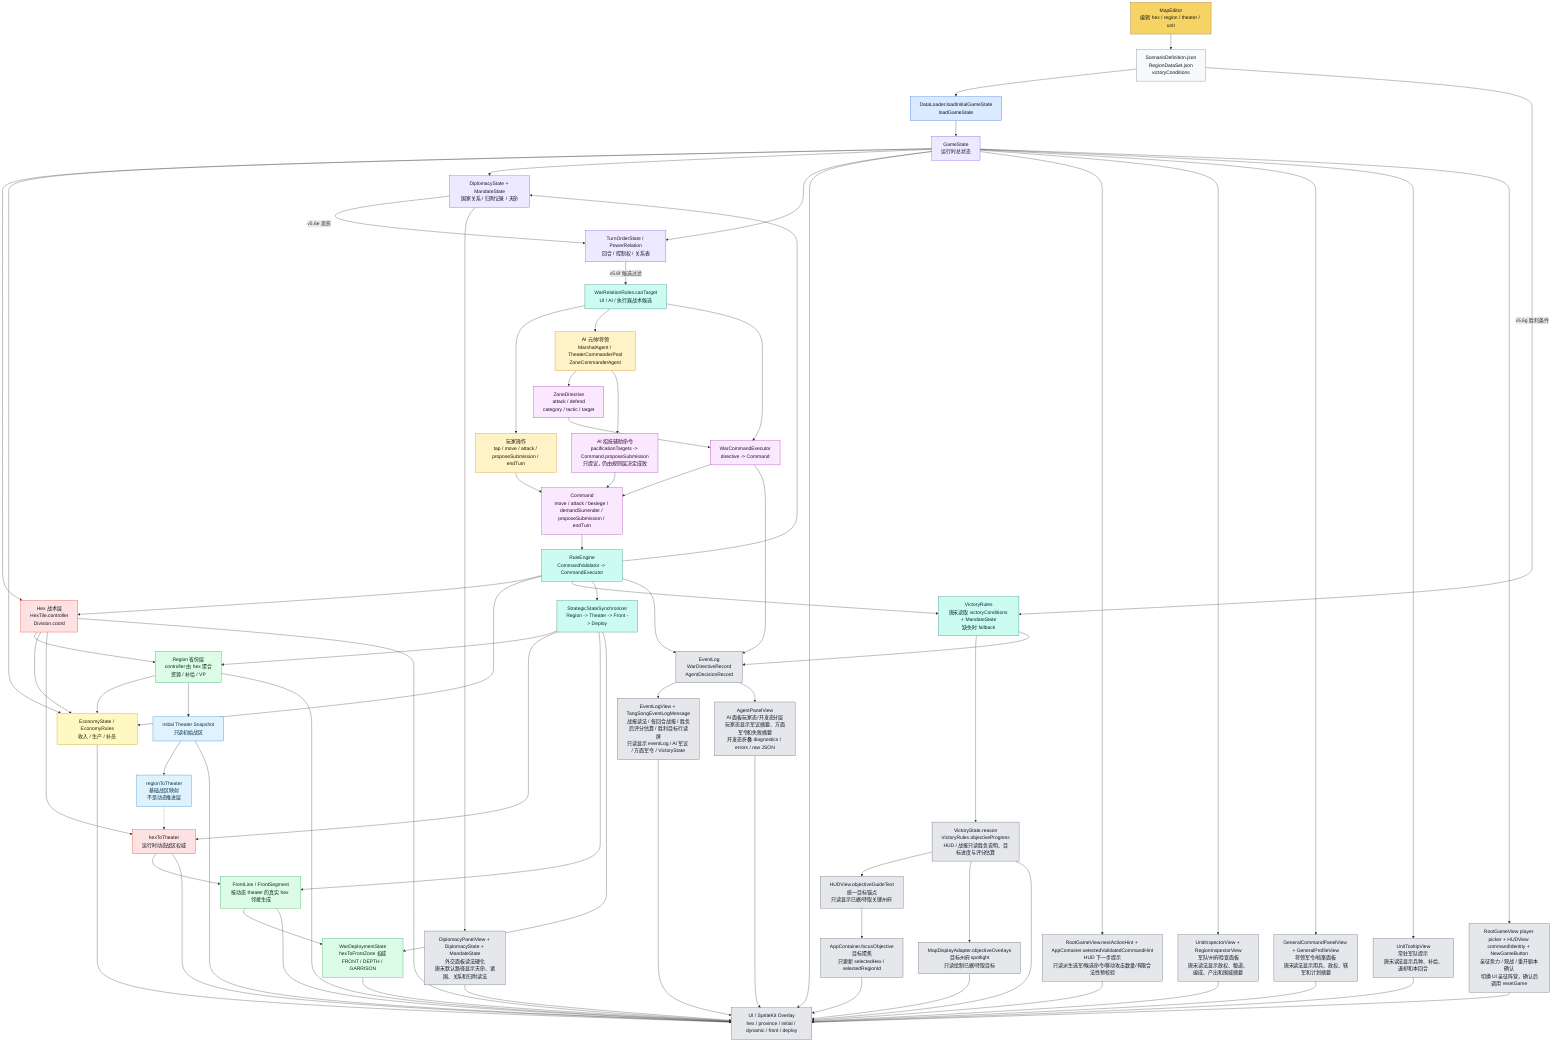
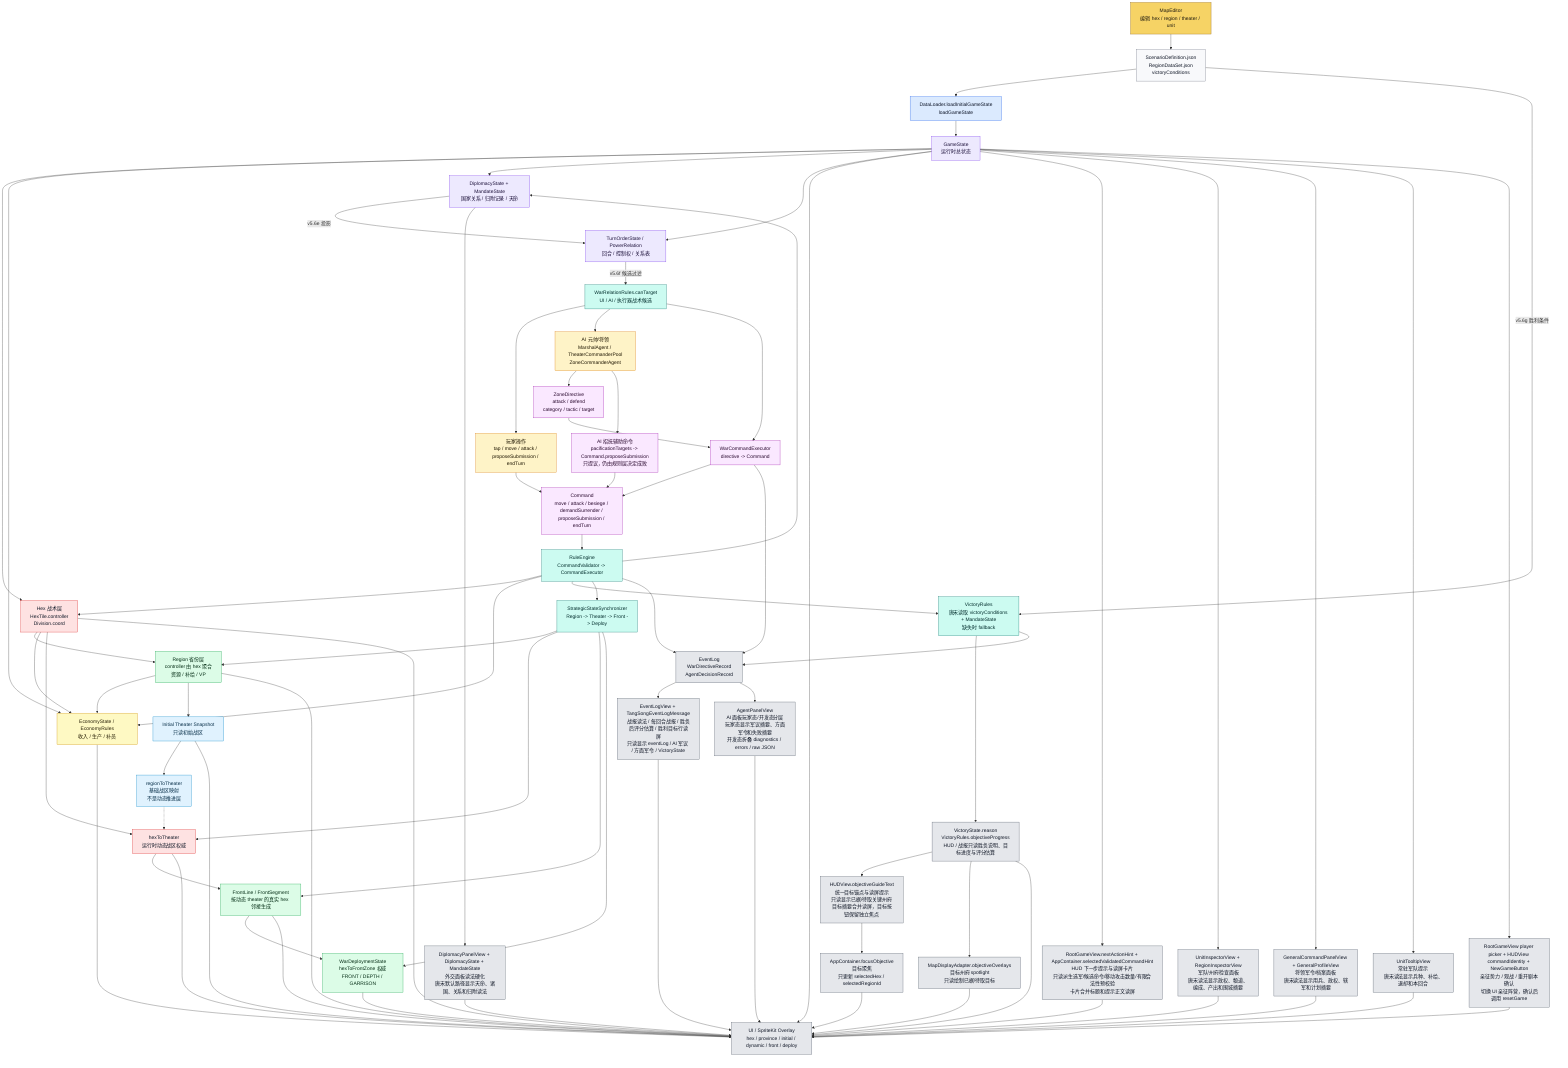
flowchart TD
    ME["MapEditor<br/>编辑 hex / region / theater / unit"]:::editor
    JSON["ScenarioDefinition.json<br/>RegionDataSet.json<br/>victoryConditions"]:::data
    DL["DataLoader.loadInitialGameState<br/>loadGameState"]:::loader
    GS["GameState<br/>运行时总状态"]:::state

    HEX["Hex 战术层<br/>HexTile.controller<br/>Division.coord"]:::authority
    REGION["Region 省份层<br/>controller 由 hex 聚合<br/>资源 / 补给 / VP"]:::derived
    INIT["Initial Theater Snapshot<br/>只读初始战区"]:::snapshot
    R2T["regionToTheater<br/>基础战区映射<br/>不是动态推进层"]:::snapshot
    H2T["hexToTheater<br/>运行时动态战区权威"]:::authority
    FRONT["FrontLine / FrontSegment<br/>按动态 theater 的真实 hex 邻接生成"]:::derived
    DEPLOY["WarDeploymentState<br/>hexToFrontZone 权威<br/>FRONT / DEPTH / GARRISON"]:::derived
    ECO["EconomyState / EconomyRules<br/>收入 / 生产 / 补员"]:::economy
    DIP["DiplomacyState + MandateState<br/>国家关系 / 归附记录 / 天命"]:::state
    TURN["TurnOrderState / PowerRelation<br/>回合 / 控制权 / 关系表"]:::state
    RELCAND["WarRelationRules.canTarget<br/>UI / AI / 执行器战术候选"]:::rules
    VICT["VictoryRules<br/>唐宋读取 victoryConditions + MandateState<br/>缺失时 fallback"]:::rules
    VICTEXT["VictoryState.reason<br/>VictoryRules.objectiveProgress<br/>HUD / 战报只读胜负说明、目标进度与评分估算"]:::ui
-     GOAL["HUDView.objectiveGuideText<br/>统一目标锚点<br/>只读显示已据/待取关键州府"]:::ui
+     GOAL["HUDView.objectiveGuideText<br/>统一目标锚点与读屏提示<br/>只读显示已据/待取关键州府<br/>目标摘要合并读屏，目标按钮保留独立焦点"]:::ui
    FOCUS["AppContainer.focusObjective<br/>目标聚焦<br/>只更新 selectedHex / selectedRegionId"]:::ui
    SPOTLIGHT["MapDisplayAdapter.objectiveOverlays<br/>目标州府 spotlight<br/>只读绘制已据/待取目标"]:::ui
    TURNREPORT["EventLogView + TangSongEventLogMessage<br/>战报读法 / 每回合战报 / 胜负后评分估算 / 胜利目标行读屏<br/>只读显示 eventLog / AI 军议 / 方面军令 / VictoryState"]:::ui
    SESSIONHUD["RootGameView player picker + HUDView commandIdentity + NewGameButton<br/>亲征势力 / 观战 / 重开剧本确认<br/>切换 UI 亲征阵营，确认后调用 resetGame"]:::ui
-     HINT["RootGameView.nextActionHint + AppContainer.selectedValidatedCommandHint<br/>HUD 下一步提示<br/>只读派生选军/候选命令/移动攻击数量/有限合法性预校验"]:::ui
+     HINT["RootGameView.nextActionHint + AppContainer.selectedValidatedCommandHint<br/>HUD 下一步提示与读屏卡片<br/>只读派生选军/候选命令/移动攻击数量/有限合法性预校验<br/>卡片合并标题和提示正文读屏"]:::ui
    INSPECT["UnitInspectorView + RegionInspectorView<br/>军队/州府检查面板<br/>唐宋读法显示政权、粮道、编成、产出和围城摘要"]:::ui
    GENPANELS["GeneralCommandPanelView + GeneralProfileView<br/>将领军令/档案面板<br/>唐宋读法显示用兵、政权、辖军和计划摘要"]:::ui
    TOOLTIP["UnitTooltipView<br/>常驻军队提示<br/>唐宋读法显示兵种、补给、退却和本回合"]:::ui
    AIPANEL["AgentPanelView<br/>AI 面板玩家态/开发态分层<br/>玩家态显示军议摘要、方面军令和失败摘要<br/>开发态折叠 diagnostics / errors / raw JSON"]:::ui
    DIPPANEL["DiplomacyPanelView + DiplomacyState + MandateState<br/>外交面板读法硬化<br/>唐宋默认路径显示天命、诸国、关系和归附读法"]:::ui

    PLAYER["玩家操作<br/>tap / move / attack / proposeSubmission / endTurn"]:::input
    AI["AI 元帅/将领<br/>MarshalAgent / TheaterCommanderPool<br/>ZoneCommanderAgent"]:::input
    AIPAC["AI 招抚辅助命令<br/>pacificationTargets -> Command.proposeSubmission<br/>只提议，仍由规则层决定成败"]:::command
    ZD["ZoneDirective<br/>attack / defend<br/>category / tactic / target"]:::command
    WCE["WarCommandExecutor<br/>directive -> Command"]:::command
    CMD["Command<br/>move / attack / besiege / demandSurrender / proposeSubmission / endTurn"]:::command
    RE["RuleEngine<br/>CommandValidator -> CommandExecutor"]:::rules
    SYNC["StrategicStateSynchronizer<br/>Region -> Theater -> Front -> Deploy"]:::rules

    UI["UI / SpriteKit Overlay<br/>hex / province / initial / dynamic / front / deploy"]:::ui
    LOG["EventLog<br/>WarDirectiveRecord<br/>AgentDecisionRecord"]:::ui

    ME --> JSON --> DL --> GS
    GS --> HEX
    HEX --> REGION
    HEX --> ECO
    REGION --> ECO
    REGION --> INIT
    INIT --> R2T
    R2T -.-> H2T
    HEX --> H2T
    H2T --> FRONT --> DEPLOY
    GS --> ECO
    GS --> DIP
    GS --> TURN
    DIP -->|v5.6e 投影| TURN
    TURN -->|v5.6f 候选过滤| RELCAND
    JSON -->|v5.6g 胜利条件| VICT

    PLAYER --> CMD
    RELCAND --> PLAYER
    RELCAND --> AI
    RELCAND --> WCE
    AI --> ZD --> WCE --> CMD
    AI --> AIPAC --> CMD
    CMD --> RE --> HEX
    RE --> ECO
    RE --> DIP
    RE --> VICT
    RE --> SYNC
    SYNC --> REGION
    SYNC --> H2T
    SYNC --> FRONT
    SYNC --> DEPLOY

    GS --> UI
    GS --> HINT --> UI
    GS --> INSPECT --> UI
    GS --> GENPANELS --> UI
    GS --> TOOLTIP --> UI
    GS --> SESSIONHUD --> UI
    VICTEXT --> GOAL --> FOCUS --> UI
    VICTEXT --> SPOTLIGHT --> UI
    HEX --> UI
    REGION --> UI
    INIT --> UI
    H2T --> UI
    FRONT --> UI
    DEPLOY --> UI
    ECO --> UI
    DIP --> DIPPANEL --> UI
    VICT --> VICTEXT --> UI
    RE --> LOG
    VICT --> LOG
    WCE --> LOG
    LOG --> TURNREPORT --> UI
    LOG --> AIPANEL --> UI

    classDef editor fill:#f6d365,stroke:#8a5a00,color:#1f1b10
    classDef data fill:#f8f9fb,stroke:#6b7280,color:#111827
    classDef loader fill:#dbeafe,stroke:#2563eb,color:#0f172a
    classDef state fill:#ede9fe,stroke:#7c3aed,color:#1f143d
    classDef authority fill:#fee2e2,stroke:#dc2626,color:#111827
    classDef derived fill:#dcfce7,stroke:#16a34a,color:#052e16
    classDef snapshot fill:#e0f2fe,stroke:#0284c7,color:#082f49
    classDef input fill:#fef3c7,stroke:#d97706,color:#1f1600
    classDef economy fill:#fef9c3,stroke:#ca8a04,color:#292107
    classDef command fill:#fae8ff,stroke:#a21caf,color:#2a0a2f
    classDef rules fill:#ccfbf1,stroke:#0f766e,color:#042f2e
    classDef ui fill:#e5e7eb,stroke:#4b5563,color:#111827
